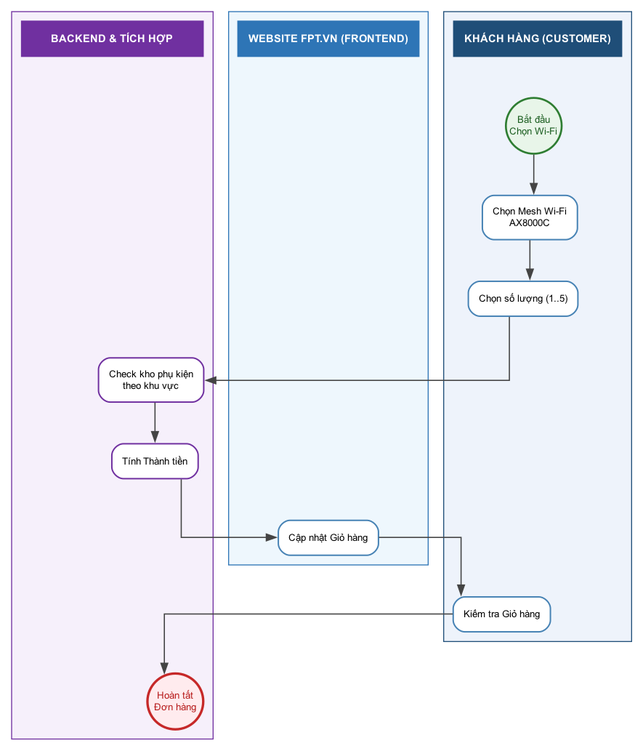
Before: diagrams/bpmn_fr03_ax8000c.png, a diagram exported from Graphviz (hathuy2706-BA/FPT). Its source is kept beside it as diagrams/bpmn_fr03_ax8000c.dot.
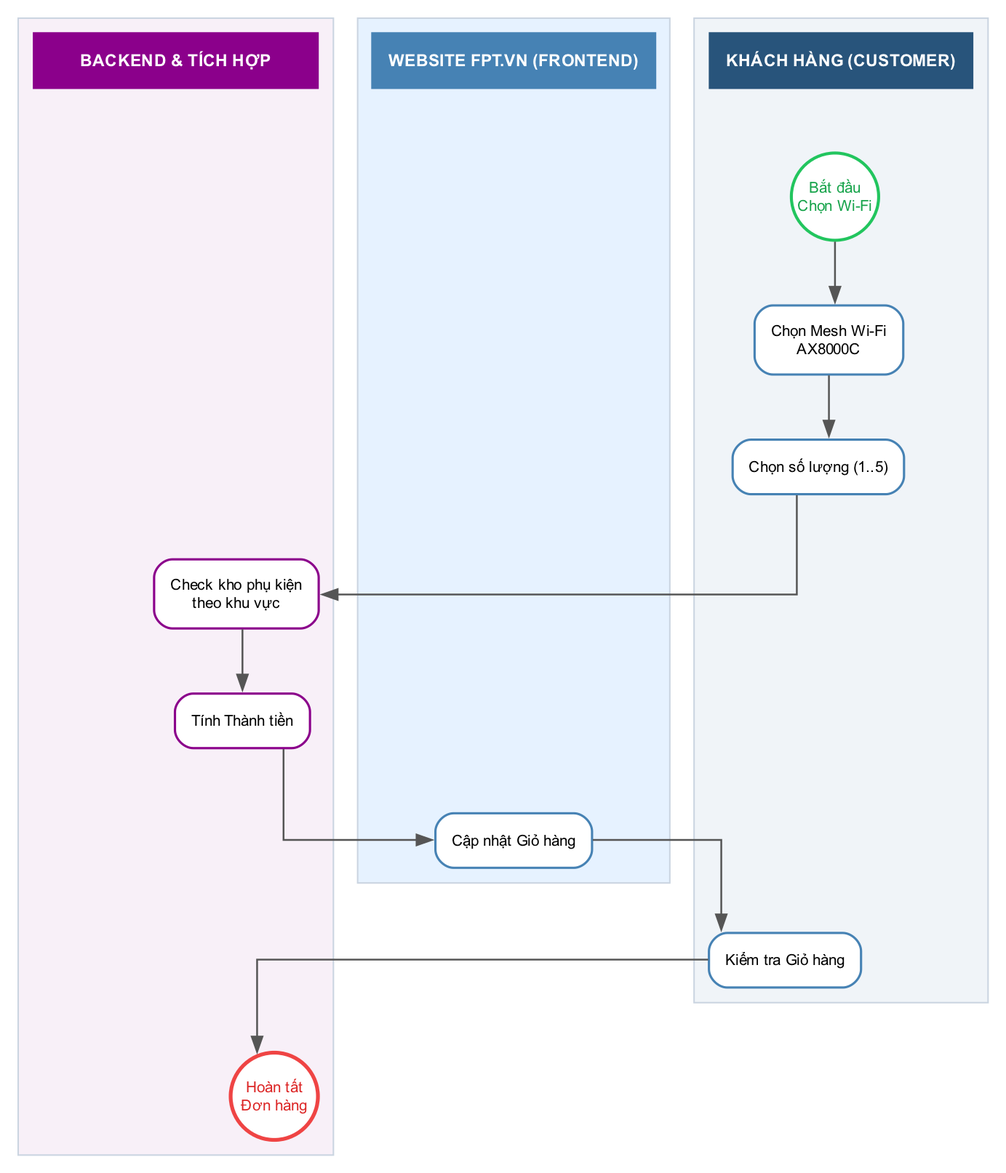
Above is the later version.

What changed in the source:
```diff
@@ -9,29 +9,29 @@
     fontname="Arial";
 
     node [fontname="Arial", fontsize=10, shape=box, style="rounded,filled", fillcolor="white", color="#4682B4", penwidth=1.5, margin=0.15];
-    edge [fontname="Arial", fontsize=9, color="#444444", penwidth=1.2];
+    edge [fontname="Arial", fontsize=9, color="#555555", penwidth=1.2];
 
     subgraph cluster_customer {
-        style=filled; color="#1f4e78"; fillcolor="#eef3fb"; penwidth=1; label=""; margin=10;
-        h_cust [label="KHÁCH HÀNG (CUSTOMER)", shape=box, style="filled", fillcolor="#1f4e78", color="#1f4e78", fontcolor="white", fontsize=11, fontname="Arial bold", width=2.4, height=0.5, fixedsize=false];
-        start [label="Bắt đầu\nChọn Wi-Fi", shape=circle, style="filled,bold", fillcolor="#e8f5e9", color="#2e7d32", fontcolor="#1b5e20", penwidth=2, width=0.8, fixedsize=true];
+        style=filled; color="#CBD5E1"; fillcolor="#F0F4F8"; penwidth=1; label=""; margin=10;
+        h_cust [label="KHÁCH HÀNG (CUSTOMER)", shape=box, style="filled", fillcolor="#28547B", color="#28547B", fontcolor="white", fontsize=11, fontname="Arial bold", width=2.4, height=0.5, fixedsize=false];
+        start [label="Bắt đầu\nChọn Wi-Fi", shape=circle, style="filled,bold", fillcolor="white", color="#22C55E", fontcolor="#16A34A", penwidth=2, width=0.8, fixedsize=true];
         select_ap [label="Chọn Mesh Wi-Fi\nAX8000C"];
         set_qty [label="Chọn số lượng (1..5)"];
         view_cart [label="Kiểm tra Giỏ hàng"];
         h_cust -> start [style=invis];
     }
     subgraph cluster_fe {
-        style=filled; color="#2e75b6"; fillcolor="#eef7fd"; penwidth=1; label=""; margin=10;
-        h_fe [label="WEBSITE FPT.VN (FRONTEND)", shape=box, style="filled", fillcolor="#2e75b6", color="#2e75b6", fontcolor="white", fontsize=11, fontname="Arial bold", width=2.4, height=0.5, fixedsize=false];
+        style=filled; color="#CBD5E1"; fillcolor="#E6F2FF"; penwidth=1; label=""; margin=10;
+        h_fe [label="WEBSITE FPT.VN (FRONTEND)", shape=box, style="filled", fillcolor="#4682B4", color="#4682B4", fontcolor="white", fontsize=11, fontname="Arial bold", width=2.4, height=0.5, fixedsize=false];
         render_ap [label="Cập nhật Giỏ hàng"];
         h_fe -> render_ap [style=invis];
     }
     subgraph cluster_be {
-        style=filled; color="#7030a0"; fillcolor="#f6f0fb"; penwidth=1; label=""; margin=10;
-        h_be [label="BACKEND & TÍCH HỢP", shape=box, style="filled", fillcolor="#7030a0", color="#7030a0", fontcolor="white", fontsize=11, fontname="Arial bold", width=2.6, height=0.5, fixedsize=false];
-        check_stock [label="Check kho phụ kiện\ntheo khu vực", color="#7030a0"];
-        calc_total [label="Tính Thành tiền", color="#7030a0"];
-        end [label="Hoàn tất\nĐơn hàng", shape=circle, style="filled,bold", fillcolor="#ffebee", color="#c62828", fontcolor="#b71c1c", penwidth=2.5, width=0.8, fixedsize=true];
+        style=filled; color="#CBD5E1"; fillcolor="#F8F0F8"; penwidth=1; label=""; margin=10;
+        h_be [label="BACKEND & TÍCH HỢP", shape=box, style="filled", fillcolor="#8B008B", color="#8B008B", fontcolor="white", fontsize=11, fontname="Arial bold", width=2.6, height=0.5, fixedsize=false];
+        check_stock [label="Check kho phụ kiện\ntheo khu vực", color="#8B008B"];
+        calc_total [label="Tính Thành tiền", color="#8B008B"];
+        end [label="Hoàn tất\nĐơn hàng", shape=circle, style="filled,bold", fillcolor="white", color="#EF4444", fontcolor="#DC2626", penwidth=2.5, width=0.8, fixedsize=true];
         h_be -> check_stock [style=invis];
     }
     { rank=same; h_cust; h_fe; h_be; }
```
